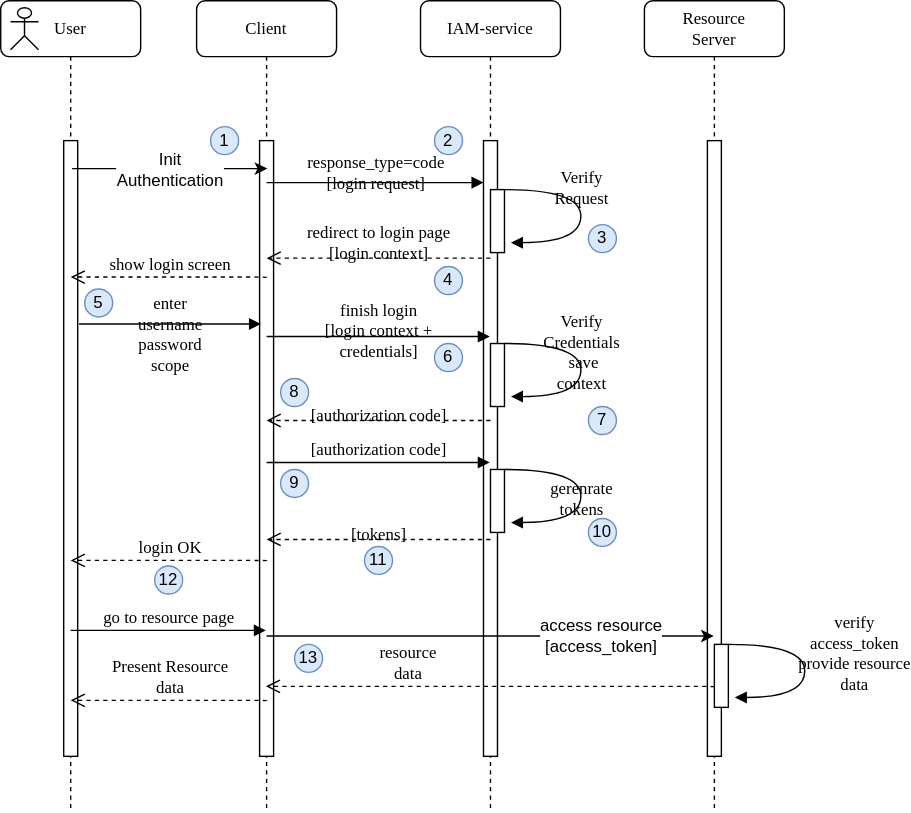
jveverka/iam-service keeps this draw.io diagram as docs/oauth2/131_authorization-code-flow.svg. Above is the earlier version. Source tidied: cells renumbered, new cells last; positions are measured from the earlier drawing's top-left corner, leaving out a move shared by most shapes.
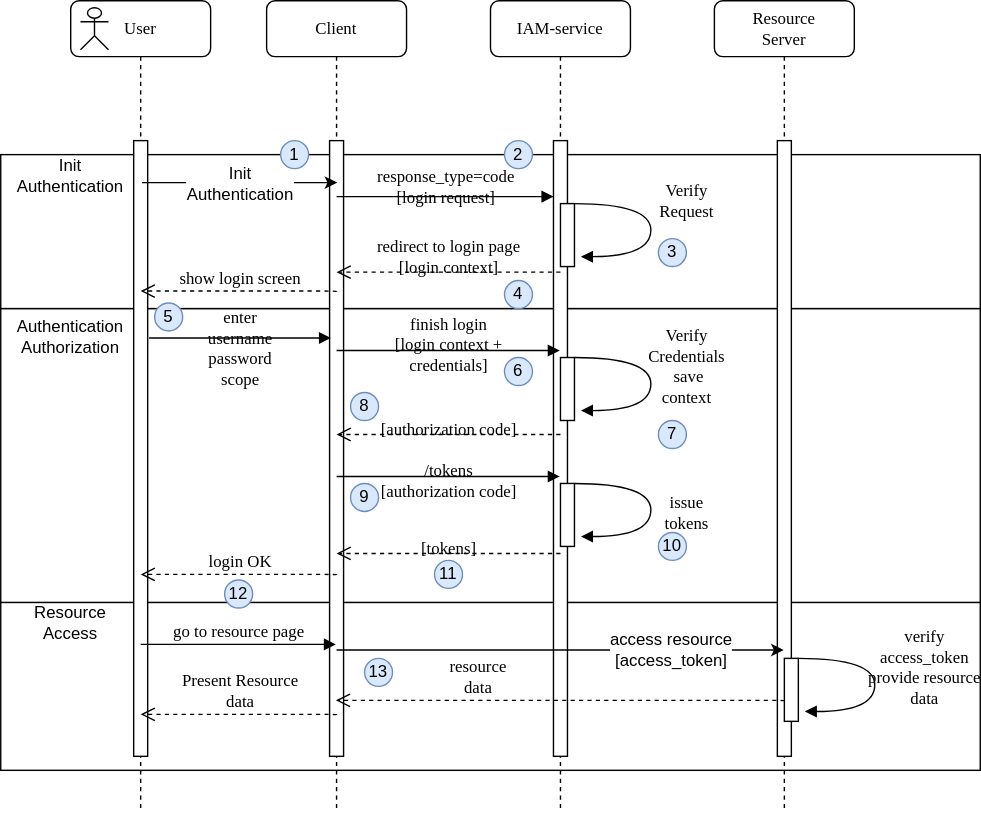
Above is the later version.

The edit, as a diff of the source:
```diff
@@ -2,20 +2,29 @@
   <root>
     <mxCell id="0" />
     <mxCell id="1" parent="0" />
+    <mxCell id="48" style="rounded=0;whiteSpace=wrap;html=1;" parent="1" vertex="1">
+      <mxGeometry x="-50" y="420" width="700" height="120" as="geometry" />
+    </mxCell>
+    <mxCell id="49" style="rounded=0;whiteSpace=wrap;html=1;" parent="1" vertex="1">
+      <mxGeometry x="-50" y="210" width="700" height="210" as="geometry" />
+    </mxCell>
+    <mxCell id="50" style="rounded=0;whiteSpace=wrap;html=1;" parent="1" vertex="1">
+      <mxGeometry x="-50" y="100" width="700" height="110" as="geometry" />
+    </mxCell>
     <mxCell id="2" value="Client" style="shape=umlLifeline;perimeter=lifelinePerimeter;whiteSpace=wrap;html=1;outlineConnect=0;rounded=1;shadow=0;comic=0;labelBackgroundColor=none;strokeWidth=1;fontFamily=Verdana;fontSize=12;align=center;" parent="1" vertex="1">
-      <mxGeometry x="140" width="100" height="580" as="geometry" />
+      <mxGeometry x="140" y="-10" width="100" height="580" as="geometry" />
     </mxCell>
     <mxCell id="3" style="html=1;perimeter=orthogonalPerimeter;rounded=0;shadow=0;comic=0;labelBackgroundColor=none;strokeWidth=1;fontFamily=Verdana;fontSize=12;align=center;" parent="2" vertex="1">
       <mxGeometry x="45" y="100" width="10" height="440" as="geometry" />
     </mxCell>
     <mxCell id="4" value="IAM-service" style="shape=umlLifeline;perimeter=lifelinePerimeter;whiteSpace=wrap;html=1;outlineConnect=0;rounded=1;shadow=0;comic=0;labelBackgroundColor=none;strokeWidth=1;fontFamily=Verdana;fontSize=12;align=center;" parent="1" vertex="1">
-      <mxGeometry x="300" width="100" height="580" as="geometry" />
+      <mxGeometry x="300" y="-10" width="100" height="580" as="geometry" />
     </mxCell>
     <mxCell id="5" style="html=1;points=[];perimeter=orthogonalPerimeter;rounded=0;shadow=0;comic=0;labelBackgroundColor=none;strokeWidth=1;fontFamily=Verdana;fontSize=12;align=center;" parent="4" vertex="1">
       <mxGeometry x="45" y="100" width="10" height="440" as="geometry" />
     </mxCell>
     <mxCell id="6" value="User" style="shape=umlLifeline;perimeter=lifelinePerimeter;whiteSpace=wrap;html=1;rounded=1;shadow=0;comic=0;labelBackgroundColor=none;strokeWidth=1;fontFamily=Verdana;fontSize=12;align=center;" parent="1" vertex="1">
-      <mxGeometry width="100" height="580" as="geometry" />
+      <mxGeometry y="-10" width="100" height="580" as="geometry" />
     </mxCell>
     <mxCell id="7" style="html=1;perimeter=orthogonalPerimeter;rounded=0;shadow=0;comic=0;labelBackgroundColor=none;strokeWidth=1;fontFamily=Verdana;fontSize=12;align=center;" parent="6" vertex="1">
       <mxGeometry x="45" y="100" width="10" height="440" as="geometry" />
@@ -34,22 +43,24 @@
         <mxPoint x="-28" y="1" as="offset" />
       </mxGeometry>
     </mxCell>
-    <mxCell id="11" value="&lt;div&gt;response_type=code&lt;/div&gt;&lt;div&gt;[login request]&lt;/div&gt;" style="html=1;verticalAlign=bottom;endArrow=block;labelBackgroundColor=none;fontFamily=Verdana;fontSize=12;edgeStyle=elbowEdgeStyle;elbow=vertical;" parent="1" edge="1" target="5">
+    <mxCell id="11" value="&lt;div&gt;response_type=code&lt;/div&gt;&lt;div&gt;[login request]&lt;/div&gt;" style="html=1;verticalAlign=bottom;endArrow=block;labelBackgroundColor=none;fontFamily=Verdana;fontSize=12;edgeStyle=elbowEdgeStyle;elbow=vertical;" parent="1" edge="1">
       <mxGeometry y="-10" relative="1" as="geometry">
         <mxPoint x="190" y="130" as="sourcePoint" />
+        <mxPoint x="345" y="130" as="targetPoint" />
       </mxGeometry>
     </mxCell>
     <mxCell id="12" style="html=1;perimeter=orthogonalPerimeter;rounded=0;shadow=0;comic=0;labelBackgroundColor=none;strokeWidth=1;fontFamily=Verdana;fontSize=12;align=center;" parent="1" vertex="1">
       <mxGeometry x="350" y="135" width="10" height="45" as="geometry" />
     </mxCell>
     <mxCell id="13" value="Verify&lt;br&gt;Request" style="html=1;verticalAlign=bottom;endArrow=block;labelBackgroundColor=none;fontFamily=Verdana;fontSize=12;elbow=vertical;edgeStyle=orthogonalEdgeStyle;curved=1;entryX=1;entryY=0.286;entryPerimeter=0;exitX=1.038;exitY=0.345;exitPerimeter=0;" parent="1" edge="1">
-      <mxGeometry relative="1" as="geometry">
+      <mxGeometry x="-0.23" y="-29" relative="1" as="geometry">
         <mxPoint x="360" y="135" as="sourcePoint" />
         <mxPoint x="364.6" y="172.9" as="targetPoint" />
         <Array as="points">
           <mxPoint x="414.6" y="134.9" />
           <mxPoint x="414.6" y="172.9" />
         </Array>
+        <mxPoint x="54" y="15" as="offset" />
       </mxGeometry>
     </mxCell>
     <mxCell id="14" value="redirect to login page&lt;br&gt;[login context]" style="html=1;verticalAlign=bottom;endArrow=open;dashed=1;endSize=8;labelBackgroundColor=none;fontFamily=Verdana;fontSize=12;edgeStyle=elbowEdgeStyle;elbow=vertical;" parent="1" edge="1">
@@ -62,9 +73,10 @@
         </Array>
       </mxGeometry>
     </mxCell>
-    <mxCell id="15" value="finish login&lt;br&gt;[login context +&lt;br&gt;credentials]" style="html=1;verticalAlign=bottom;endArrow=block;labelBackgroundColor=none;fontFamily=Verdana;fontSize=12;edgeStyle=elbowEdgeStyle;elbow=vertical;" parent="1" edge="1" target="4">
+    <mxCell id="15" value="finish login&lt;br&gt;[login context +&lt;br&gt;credentials]" style="html=1;verticalAlign=bottom;endArrow=block;labelBackgroundColor=none;fontFamily=Verdana;fontSize=12;edgeStyle=elbowEdgeStyle;elbow=vertical;" parent="1" edge="1">
       <mxGeometry y="-20" relative="1" as="geometry">
         <mxPoint x="190" y="240" as="sourcePoint" />
+        <mxPoint x="349.5" y="240" as="targetPoint" />
       </mxGeometry>
     </mxCell>
     <mxCell id="16" value="show login screen" style="html=1;verticalAlign=bottom;endArrow=open;dashed=1;endSize=8;labelBackgroundColor=none;fontFamily=Verdana;fontSize=12;edgeStyle=elbowEdgeStyle;elbow=vertical;" parent="1" edge="1">
@@ -93,16 +105,17 @@
         </Array>
       </mxGeometry>
     </mxCell>
-    <mxCell id="19" value="[authorization code]" style="html=1;verticalAlign=bottom;endArrow=block;labelBackgroundColor=none;fontFamily=Verdana;fontSize=12;edgeStyle=elbowEdgeStyle;elbow=vertical;" parent="1" edge="1" target="4">
-      <mxGeometry relative="1" as="geometry">
+    <mxCell id="19" value="/tokens&lt;br&gt;[authorization code]" style="html=1;verticalAlign=bottom;endArrow=block;labelBackgroundColor=none;fontFamily=Verdana;fontSize=12;edgeStyle=elbowEdgeStyle;elbow=vertical;" parent="1" edge="1">
+      <mxGeometry y="-20" relative="1" as="geometry">
         <mxPoint x="190" y="330" as="sourcePoint" />
+        <mxPoint x="349.5" y="330" as="targetPoint" />
       </mxGeometry>
     </mxCell>
     <mxCell id="20" style="html=1;perimeter=orthogonalPerimeter;rounded=0;shadow=0;comic=0;labelBackgroundColor=none;strokeWidth=1;fontFamily=Verdana;fontSize=12;align=center;" parent="1" vertex="1">
       <mxGeometry x="350" y="245" width="10" height="45" as="geometry" />
     </mxCell>
     <mxCell id="21" value="Verify&lt;br&gt;Credentials&lt;br&gt;&amp;nbsp;save&lt;br&gt;context" style="html=1;verticalAlign=bottom;endArrow=block;labelBackgroundColor=none;fontFamily=Verdana;fontSize=12;elbow=vertical;edgeStyle=orthogonalEdgeStyle;curved=1;entryX=1;entryY=0.286;entryPerimeter=0;exitX=1.038;exitY=0.345;exitPerimeter=0;" parent="1" edge="1">
-      <mxGeometry x="0.3" relative="1" as="geometry">
+      <mxGeometry x="0.3" y="25" relative="1" as="geometry">
         <mxPoint x="360" y="245" as="sourcePoint" />
         <mxPoint x="364.6" y="282.9" as="targetPoint" />
         <Array as="points">
@@ -125,8 +138,8 @@
     <mxCell id="23" style="html=1;perimeter=orthogonalPerimeter;rounded=0;shadow=0;comic=0;labelBackgroundColor=none;strokeWidth=1;fontFamily=Verdana;fontSize=12;align=center;" parent="1" vertex="1">
       <mxGeometry x="350" y="335" width="10" height="45" as="geometry" />
     </mxCell>
-    <mxCell id="24" value="gerenrate&lt;br&gt;tokens" style="html=1;verticalAlign=bottom;endArrow=block;labelBackgroundColor=none;fontFamily=Verdana;fontSize=12;elbow=vertical;edgeStyle=orthogonalEdgeStyle;curved=1;entryX=1;entryY=0.286;entryPerimeter=0;exitX=1.038;exitY=0.345;exitPerimeter=0;" parent="1" edge="1">
-      <mxGeometry x="0.3" relative="1" as="geometry">
+    <mxCell id="24" value="issue&lt;br&gt;tokens" style="html=1;verticalAlign=bottom;endArrow=block;labelBackgroundColor=none;fontFamily=Verdana;fontSize=12;elbow=vertical;edgeStyle=orthogonalEdgeStyle;curved=1;entryX=1;entryY=0.286;entryPerimeter=0;exitX=1.038;exitY=0.345;exitPerimeter=0;" parent="1" edge="1">
+      <mxGeometry x="0.3" y="25" relative="1" as="geometry">
         <mxPoint x="360" y="335" as="sourcePoint" />
         <mxPoint x="364.6" y="372.9" as="targetPoint" />
         <Array as="points">
@@ -183,7 +196,7 @@
       <mxGeometry x="110" y="404" width="20" height="20" as="geometry" />
     </mxCell>
     <mxCell id="38" value="Resource&lt;br&gt;Server" style="shape=umlLifeline;perimeter=lifelinePerimeter;whiteSpace=wrap;html=1;rounded=1;shadow=0;comic=0;labelBackgroundColor=none;strokeWidth=1;fontFamily=Verdana;fontSize=12;align=center;" parent="1" vertex="1">
-      <mxGeometry x="460" width="100" height="580" as="geometry" />
+      <mxGeometry x="460" y="-10" width="100" height="580" as="geometry" />
     </mxCell>
     <mxCell id="39" style="html=1;perimeter=orthogonalPerimeter;rounded=0;shadow=0;comic=0;labelBackgroundColor=none;strokeWidth=1;fontFamily=Verdana;fontSize=12;align=center;" parent="38" vertex="1">
       <mxGeometry x="45" y="100" width="10" height="440" as="geometry" />
@@ -197,9 +210,10 @@
     <mxCell id="41" value="access resource&lt;br&gt;[access_token]" style="text;html=1;align=center;verticalAlign=middle;labelBackgroundColor=#ffffff;" parent="40" vertex="1">
       <mxGeometry x="0.49" y="1" relative="1" as="geometry" />
     </mxCell>
-    <mxCell id="42" value="resource&lt;br&gt;data" style="html=1;verticalAlign=bottom;endArrow=open;dashed=1;endSize=8;labelBackgroundColor=none;fontFamily=Verdana;fontSize=12;edgeStyle=elbowEdgeStyle;elbow=vertical;" parent="1" edge="1" target="2">
+    <mxCell id="42" value="resource&lt;br&gt;data" style="html=1;verticalAlign=bottom;endArrow=open;dashed=1;endSize=8;labelBackgroundColor=none;fontFamily=Verdana;fontSize=12;edgeStyle=elbowEdgeStyle;elbow=vertical;" parent="1" edge="1">
       <mxGeometry x="0.37" relative="1" as="geometry">
         <mxPoint x="510" y="490.5" as="sourcePoint" />
+        <mxPoint x="189.5" y="490" as="targetPoint" />
         <Array as="points">
           <mxPoint x="475" y="490" />
           <mxPoint x="505" y="490" />
@@ -239,5 +253,14 @@
     <mxCell id="47" value="13" style="ellipse;whiteSpace=wrap;html=1;fillColor=#dae8fc;strokeColor=#6c8ebf;" parent="1" vertex="1">
       <mxGeometry x="210" y="460" width="20" height="20" as="geometry" />
     </mxCell>
+    <mxCell id="51" value="Init&lt;br&gt;Authentication" style="text;html=1;strokeColor=none;fillColor=none;align=center;verticalAlign=middle;whiteSpace=wrap;rounded=0;" parent="1" vertex="1">
+      <mxGeometry x="-40" y="100" width="80" height="30" as="geometry" />
+    </mxCell>
+    <mxCell id="52" value="Authentication&lt;br&gt;Authorization" style="text;html=1;strokeColor=none;fillColor=none;align=center;verticalAlign=middle;whiteSpace=wrap;rounded=0;" parent="1" vertex="1">
+      <mxGeometry x="-40" y="215" width="80" height="30" as="geometry" />
+    </mxCell>
+    <mxCell id="53" value="Resource&lt;br&gt;Access" style="text;html=1;strokeColor=none;fillColor=none;align=center;verticalAlign=middle;whiteSpace=wrap;rounded=0;" parent="1" vertex="1">
+      <mxGeometry x="-40" y="420" width="80" height="30" as="geometry" />
+    </mxCell>
   </root>
 </mxGraphModel>
```
